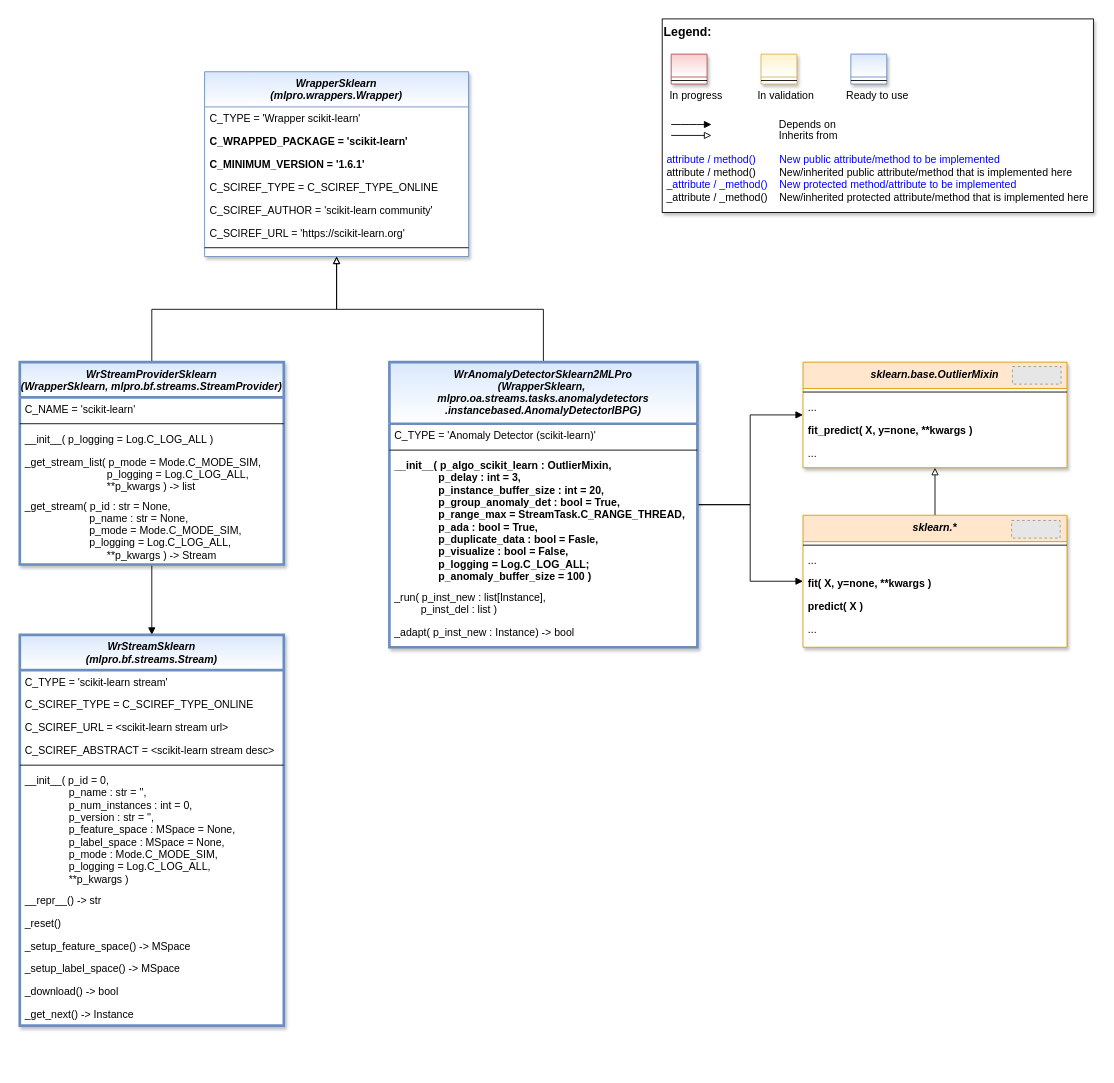
Earlier version of the draw.io diagram doc/rtd/content/02_api/images/MLPro-Int-scikit-learn-Wrappers.drawio (fhswf/MLPro-Int-scikit-learn). Source tidied: cells renumbered, new cells numbered last; positions are measured from the earlier drawing's top-left corner, leaving out a move shared by most shapes. Both pictures are drawn from the tidied source at 88%, with x=0, y=0 at pixel (19, 18). Pictures stored in the file or linked from it are replaced by grey dashed boxes.
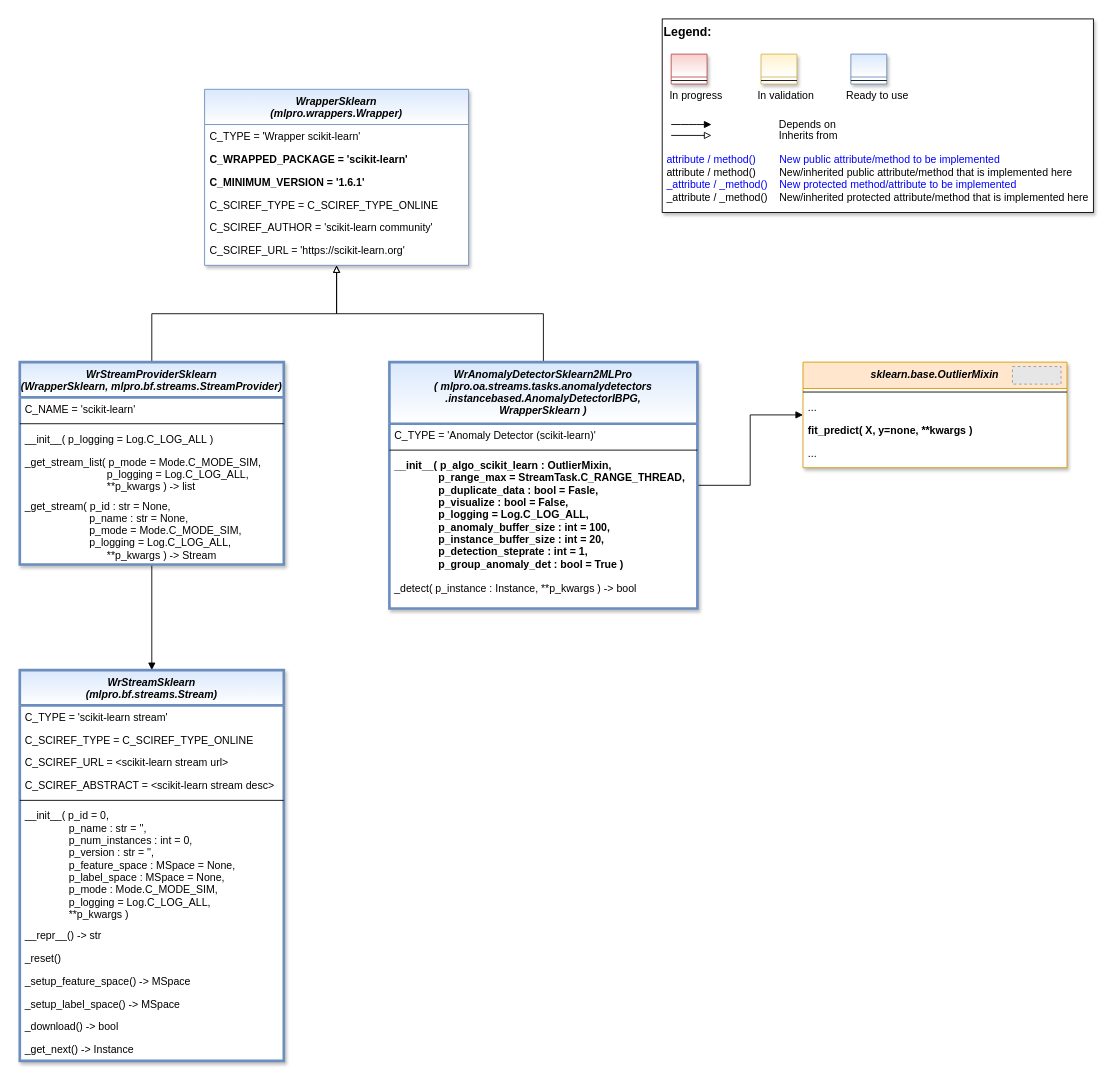
Above is the later version.

Unchanged cells that the change refers to:
```xml
<mxCell id="50" value="sklearn.base.OutlierMixin" style="swimlane;fontStyle=3;align=center;verticalAlign=top;horizontal=1;startSize=30;rounded=0;shadow=1;strokeWidth=1;fillColor=#ffe6cc;strokeColor=#d79b00;swimlaneFillColor=#ffffff;" parent="1" vertex="1">
  <mxGeometry x="890" y="390" width="300" height="120" as="geometry" />
</mxCell>
```

Change to the diagram source:
```diff
@@
     <mxCell id="12" value="WrapperSklearn&#10;(mlpro.wrappers.Wrapper)" style="swimlane;fontStyle=3;align=center;verticalAlign=top;horizontal=1;startSize=40;rounded=0;shadow=1;strokeWidth=1;fillColor=#dae8fc;strokeColor=#6c8ebf;swimlaneFillColor=#ffffff;gradientColor=#FFFFFF;" parent="1" vertex="1">
-      <mxGeometry x="210" y="60" width="300" height="210" as="geometry" />
+      <mxGeometry x="210" y="80" width="300" height="200" as="geometry" />
     </mxCell>
@@
-    <mxCell id="19" style="line;html=1;strokeWidth=1;align=left;verticalAlign=middle;spacingTop=-1;spacingLeft=3;spacingRight=3;labelPosition=right;" parent="12" vertex="1">
-      <mxGeometry y="196" width="300" height="8" as="geometry" />
-    </mxCell>
@@
     <mxCell id="28" value="WrStreamSklearn&#10;(mlpro.bf.streams.Stream)" style="swimlane;fontStyle=3;align=center;verticalAlign=top;horizontal=1;startSize=40;rounded=0;shadow=1;strokeWidth=3;fillColor=#dae8fc;strokeColor=#6c8ebf;swimlaneFillColor=#ffffff;gradientColor=#FFFFFF;" parent="1" vertex="1">
-      <mxGeometry y="700" width="300" height="444" as="geometry" />
+      <mxGeometry y="740" width="300" height="444" as="geometry" />
     </mxCell>
@@
-    <mxCell id="43" style="edgeStyle=orthogonalEdgeStyle;rounded=0;jettySize=auto;html=1;endArrow=block;endFill=1;" parent="1" edge="1" source="44" target="57">
-      <mxGeometry relative="1" as="geometry" />
-    </mxCell>
-    <mxCell id="44" value="WrAnomalyDetectorSklearn2MLPro&#10;(WrapperSklearn, &#10;mlpro.oa.streams.tasks.anomalydetectors&#10;.instancebased.AnomalyDetectorIBPG)" style="swimlane;fontStyle=3;align=center;verticalAlign=top;horizontal=1;startSize=70;rounded=0;shadow=1;strokeWidth=3;fillColor=#dae8fc;strokeColor=#6c8ebf;swimlaneFillColor=#ffffff;gradientColor=#FFFFFF;" parent="1" vertex="1">
-      <mxGeometry x="420" y="390" width="350" height="324" as="geometry" />
+    <mxCell id="44" value="WrAnomalyDetectorSklearn2MLPro&#10;( mlpro.oa.streams.tasks.anomalydetectors&#10;.instancebased.AnomalyDetectorIBPG,&#10;WrapperSklearn )" style="swimlane;fontStyle=3;align=center;verticalAlign=top;horizontal=1;startSize=70;rounded=0;shadow=1;strokeWidth=3;fillColor=#dae8fc;strokeColor=#6c8ebf;swimlaneFillColor=#ffffff;gradientColor=#FFFFFF;" parent="1" vertex="1">
+      <mxGeometry x="420" y="390" width="350" height="280" as="geometry" />
     </mxCell>
@@
-    <mxCell id="47" value="__init__( p_algo_scikit_learn : OutlierMixin,&#10;               p_delay : int = 3,&#10;               p_instance_buffer_size : int = 20,&#10;               p_group_anomaly_det : bool = True,&#10;               p_range_max = StreamTask.C_RANGE_THREAD,&#10;               p_ada : bool = True,&#10;               p_duplicate_data : bool = Fasle,&#10;               p_visualize : bool = False,&#10;               p_logging = Log.C_LOG_ALL;&#10;               p_anomaly_buffer_size = 100 )" style="text;align=left;verticalAlign=top;spacingLeft=4;spacingRight=4;overflow=hidden;fontColor=#000000;fillColor=none;labelBackgroundColor=default;fontStyle=1;" parent="44" vertex="1">
-      <mxGeometry y="104" width="350" height="150" as="geometry" />
+    <mxCell id="47" value="__init__( p_algo_scikit_learn : OutlierMixin,&#10;               p_range_max = StreamTask.C_RANGE_THREAD,&#10;               p_duplicate_data : bool = Fasle,&#10;               p_visualize : bool = False,&#10;               p_logging = Log.C_LOG_ALL,&#10;               p_anomaly_buffer_size : int = 100,&#10;               p_instance_buffer_size : int = 20,&#10;               p_detection_steprate : int = 1,&#10;               p_group_anomaly_det : bool = True )" style="text;align=left;verticalAlign=top;spacingLeft=4;spacingRight=4;overflow=hidden;fontColor=#000000;fillColor=none;labelBackgroundColor=default;fontStyle=1;" parent="44" vertex="1">
+      <mxGeometry y="104" width="350" height="140" as="geometry" />
     </mxCell>
-    <mxCell id="48" value="_run( p_inst_new : list[Instance],&#10;         p_inst_del : list )" style="text;align=left;verticalAlign=top;spacingLeft=4;spacingRight=4;overflow=hidden;fontColor=default;" parent="44" vertex="1">
-      <mxGeometry y="254" width="350" height="40" as="geometry" />
-    </mxCell>
-    <mxCell id="49" value="_adapt( p_inst_new : Instance) -&gt; bool" style="text;align=left;verticalAlign=top;spacingLeft=4;spacingRight=4;overflow=hidden;fontColor=default;" parent="44" vertex="1">
-      <mxGeometry y="294" width="350" height="30" as="geometry" />
+    <mxCell id="49" value="_detect( p_instance : Instance, **p_kwargs ) -&gt; bool" style="text;align=left;verticalAlign=top;spacingLeft=4;spacingRight=4;overflow=hidden;fontColor=default;" parent="44" vertex="1">
+      <mxGeometry y="244" width="350" height="30" as="geometry" />
     </mxCell>
@@
-    <mxCell id="56" style="edgeStyle=orthogonalEdgeStyle;rounded=0;jettySize=auto;html=1;endArrow=block;endFill=0;" parent="1" edge="1" source="57" target="50">
-      <mxGeometry relative="1" as="geometry" />
-    </mxCell>
-    <mxCell id="57" value="sklearn.*" style="swimlane;fontStyle=3;align=center;verticalAlign=top;horizontal=1;startSize=30;rounded=0;shadow=1;strokeWidth=1;fillColor=#ffe6cc;strokeColor=#d79b00;swimlaneFillColor=#ffffff;" parent="1" vertex="1">
-      <mxGeometry x="890" y="564" width="300" height="150" as="geometry" />
-    </mxCell>
-    <mxCell id="58" style="line;html=1;strokeWidth=1;align=left;verticalAlign=middle;spacingTop=-1;spacingLeft=3;spacingRight=3;labelPosition=right;" parent="57" vertex="1">
-      <mxGeometry y="30" width="300" height="8" as="geometry" />
-    </mxCell>
-    <mxCell id="59" value="..." style="text;align=left;verticalAlign=top;spacingLeft=4;spacingRight=4;overflow=hidden;fontColor=default;" parent="57" vertex="1">
-      <mxGeometry y="38" width="300" height="26" as="geometry" />
-    </mxCell>
-    <mxCell id="60" value="fit( X, y=none, **kwargs )" style="text;align=left;verticalAlign=top;spacingLeft=4;spacingRight=4;overflow=hidden;fontColor=default;fontStyle=1;" parent="57" vertex="1">
-      <mxGeometry y="64" width="300" height="26" as="geometry" />
-    </mxCell>
-    <mxCell id="61" value="predict( X )" style="text;align=left;verticalAlign=top;spacingLeft=4;spacingRight=4;overflow=hidden;fontColor=default;fontStyle=1;" parent="57" vertex="1">
-      <mxGeometry y="90" width="300" height="26" as="geometry" />
-    </mxCell>
-    <mxCell id="62" value="..." style="text;align=left;verticalAlign=top;spacingLeft=4;spacingRight=4;overflow=hidden;fontColor=default;" parent="57" vertex="1">
-      <mxGeometry y="116" width="300" height="26" as="geometry" />
-    </mxCell>
-    <mxCell id="63" style="fillColor=#E6E6E6;strokeColor=#999999;dashed=1;verticalLabelPosition=bottom;labelBackgroundColor=default;verticalAlign=top;" parent="1" vertex="1">
-      <mxGeometry x="1127" y="570" width="55.2" height="20" as="geometry" />
-    </mxCell>
```
